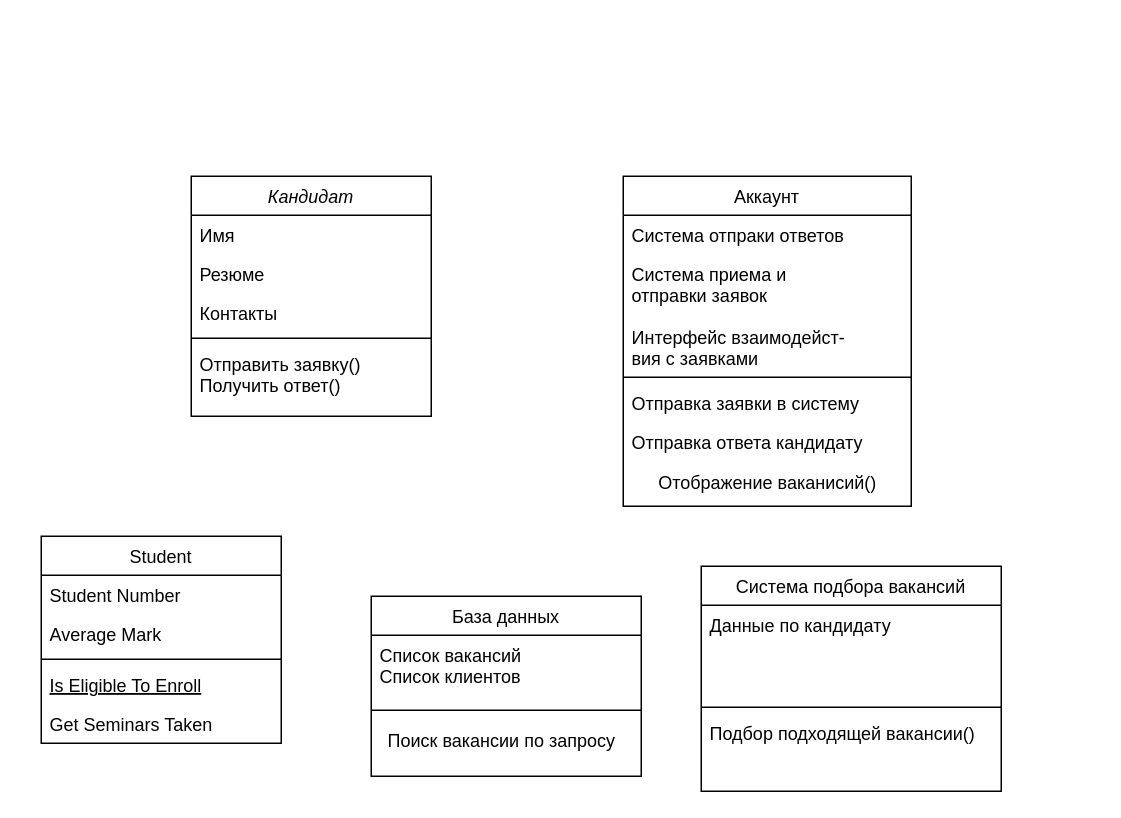
Earlier version of the draw.io diagram классов.drawio (Leewhocan/10_siaod). Source tidied: cells renumbered, new cells numbered last; positions are measured from the earlier drawing's top-left corner, leaving out a move shared by most shapes. Both pictures are drawn from the tidied source at 150%, with x=0, y=0 at pixel (40, 176).
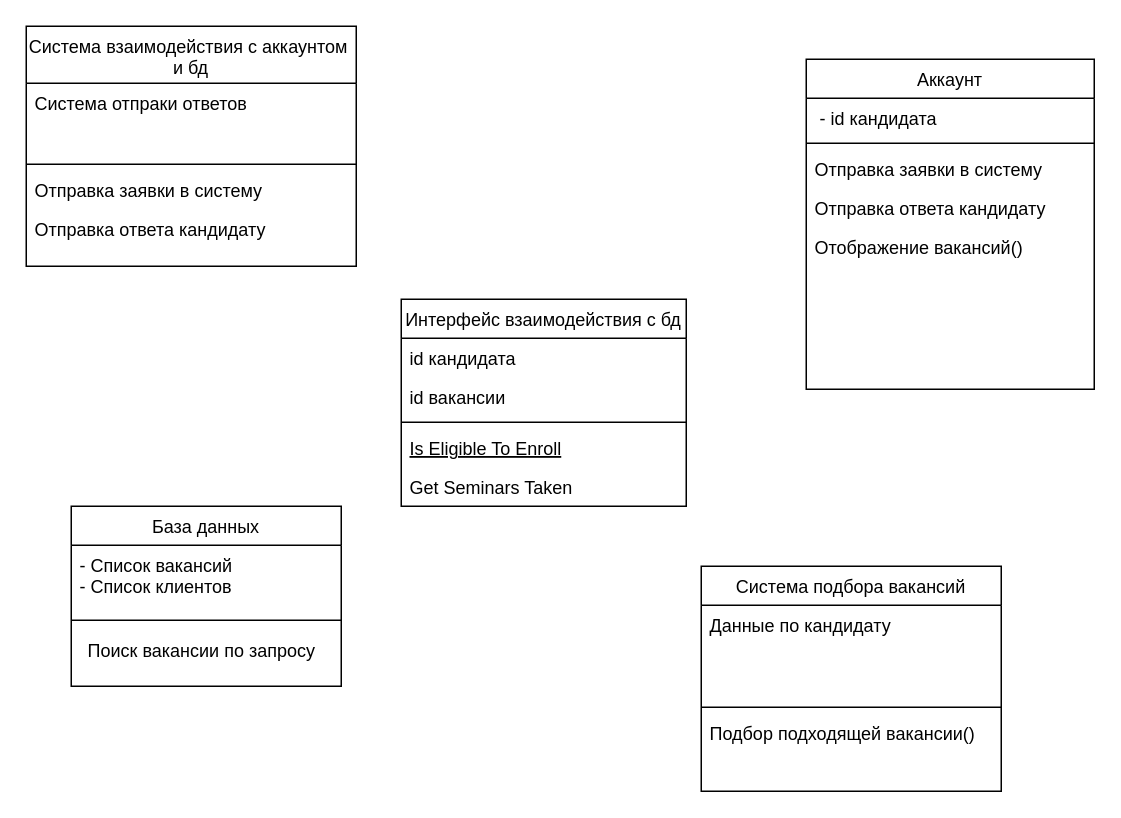
The same page after the edit.

Diff of the diagram source:
```diff
@@
-    <mxCell id="2" value="Кандидат" style="swimlane;fontStyle=2;align=center;verticalAlign=top;horizontal=1;startSize=26;rounded=0;shadow=0;strokeWidth=1;" parent="1" vertex="1">
-      <mxGeometry x="100" width="160" height="160" as="geometry" />
-    </mxCell>
-    <mxCell id="3" value="Имя" style="text;align=left;verticalAlign=top;spacingLeft=4;spacingRight=4;overflow=hidden;" parent="2" vertex="1">
-      <mxGeometry y="26" width="160" height="26" as="geometry" />
-    </mxCell>
-    <mxCell id="4" value="Резюме" style="text;align=left;verticalAlign=top;spacingLeft=4;spacingRight=4;overflow=hidden;rounded=0;shadow=0;html=0;" parent="2" vertex="1">
-      <mxGeometry y="52" width="160" height="26" as="geometry" />
-    </mxCell>
-    <mxCell id="5" value="Контакты" style="text;align=left;verticalAlign=top;spacingLeft=4;spacingRight=4;overflow=hidden;rounded=0;shadow=0;html=0;" parent="2" vertex="1">
-      <mxGeometry y="78" width="160" height="26" as="geometry" />
-    </mxCell>
-    <mxCell id="6" style="line;html=1;strokeWidth=1;align=left;verticalAlign=middle;spacingTop=-1;spacingLeft=3;spacingRight=3;labelPosition=right;" parent="2" vertex="1">
-      <mxGeometry y="104" width="160" height="8" as="geometry" />
-    </mxCell>
-    <mxCell id="7" value="Отправить заявку()&#10;Получить ответ()&#10;" style="text;align=left;verticalAlign=top;spacingLeft=4;spacingRight=4;overflow=hidden;" parent="2" vertex="1">
-      <mxGeometry y="112" width="160" height="48" as="geometry" />
-    </mxCell>
-    <mxCell id="8" value="Student" style="swimlane;fontStyle=0;align=center;verticalAlign=top;horizontal=1;startSize=26;rounded=0;shadow=0;strokeWidth=1;" parent="1" vertex="1">
-      <mxGeometry y="240" width="160" height="138" as="geometry" />
+    <mxCell id="8" value="Интерфейс взаимодействия с бд" style="swimlane;fontStyle=0;align=center;verticalAlign=top;horizontal=1;startSize=26;rounded=0;shadow=0;strokeWidth=1;" parent="1" vertex="1">
+      <mxGeometry x="240" y="82" width="190" height="138" as="geometry" />
     </mxCell>
-    <mxCell id="9" value="Student Number" style="text;align=left;verticalAlign=top;spacingLeft=4;spacingRight=4;overflow=hidden;" parent="8" vertex="1">
-      <mxGeometry y="26" width="160" height="26" as="geometry" />
+    <mxCell id="9" value="id кандидата" style="text;align=left;verticalAlign=top;spacingLeft=4;spacingRight=4;overflow=hidden;" parent="8" vertex="1">
+      <mxGeometry y="26" width="190" height="26" as="geometry" />
     </mxCell>
-    <mxCell id="10" value="Average Mark" style="text;align=left;verticalAlign=top;spacingLeft=4;spacingRight=4;overflow=hidden;rounded=0;shadow=0;html=0;" parent="8" vertex="1">
-      <mxGeometry y="52" width="160" height="26" as="geometry" />
+    <mxCell id="10" value="id вакансии" style="text;align=left;verticalAlign=top;spacingLeft=4;spacingRight=4;overflow=hidden;rounded=0;shadow=0;html=0;" parent="8" vertex="1">
+      <mxGeometry y="52" width="190" height="26" as="geometry" />
     </mxCell>
     <mxCell id="11" style="line;html=1;strokeWidth=1;align=left;verticalAlign=middle;spacingTop=-1;spacingLeft=3;spacingRight=3;labelPosition=right;" parent="8" vertex="1">
-      <mxGeometry y="78" width="160" height="8" as="geometry" />
+      <mxGeometry y="78" width="190" height="8" as="geometry" />
     </mxCell>
     <mxCell id="12" value="Is Eligible To Enroll" style="text;align=left;verticalAlign=top;spacingLeft=4;spacingRight=4;overflow=hidden;fontStyle=4;" parent="8" vertex="1">
-      <mxGeometry y="86" width="160" height="26" as="geometry" />
+      <mxGeometry y="86" width="190" height="26" as="geometry" />
     </mxCell>
     <mxCell id="13" value="Get Seminars Taken" style="text;align=left;verticalAlign=top;spacingLeft=4;spacingRight=4;overflow=hidden;" parent="8" vertex="1">
-      <mxGeometry y="112" width="160" height="26" as="geometry" />
+      <mxGeometry y="112" width="190" height="26" as="geometry" />
     </mxCell>
     <mxCell id="14" value="База данных" style="swimlane;fontStyle=0;align=center;verticalAlign=top;horizontal=1;startSize=26;rounded=0;shadow=0;strokeWidth=1;" parent="1" vertex="1">
-      <mxGeometry x="220" y="280" width="180" height="120" as="geometry" />
+      <mxGeometry x="20" y="220" width="180" height="120" as="geometry" />
     </mxCell>
-    <mxCell id="15" value="Список вакансий&#10;Список клиентов" style="text;align=left;verticalAlign=top;spacingLeft=4;spacingRight=4;overflow=hidden;" parent="14" vertex="1">
+    <mxCell id="15" value="- Список вакансий&#10;- Список клиентов" style="text;align=left;verticalAlign=top;spacingLeft=4;spacingRight=4;overflow=hidden;" parent="14" vertex="1">
       <mxGeometry y="26" width="180" height="44" as="geometry" />
     </mxCell>
@@
     <mxCell id="18" value="Аккаунт" style="swimlane;fontStyle=0;align=center;verticalAlign=top;horizontal=1;startSize=26;rounded=0;shadow=0;strokeWidth=1;" parent="1" vertex="1">
-      <mxGeometry x="388" width="192" height="220" as="geometry" />
+      <mxGeometry x="510" y="-78" width="192" height="220" as="geometry" />
     </mxCell>
-    <mxCell id="19" value="Система отпраки ответов" style="text;align=left;verticalAlign=top;spacingLeft=4;spacingRight=4;overflow=hidden;" parent="18" vertex="1">
+    <mxCell id="19" value=" - id кандидата" style="text;align=left;verticalAlign=top;spacingLeft=4;spacingRight=4;overflow=hidden;" parent="18" vertex="1">
       <mxGeometry y="26" width="192" height="26" as="geometry" />
     </mxCell>
-    <mxCell id="20" value="Система приема и &#10;отправки заявок&#10;&#10;Интерфейс взаимодейст-&#10;вия с заявками" style="text;align=left;verticalAlign=top;spacingLeft=4;spacingRight=4;overflow=hidden;rounded=0;shadow=0;html=0;" parent="18" vertex="1">
-      <mxGeometry y="52" width="192" height="78" as="geometry" />
-    </mxCell>
     <mxCell id="21" style="line;html=1;strokeWidth=1;align=left;verticalAlign=middle;spacingTop=-1;spacingLeft=3;spacingRight=3;labelPosition=right;" parent="18" vertex="1">
-      <mxGeometry y="130" width="192" height="8" as="geometry" />
+      <mxGeometry y="52" width="192" height="8" as="geometry" />
     </mxCell>
     <mxCell id="22" value="Отправка заявки в систему" style="text;align=left;verticalAlign=top;spacingLeft=4;spacingRight=4;overflow=hidden;" parent="18" vertex="1">
-      <mxGeometry y="138" width="192" height="26" as="geometry" />
+      <mxGeometry y="60" width="192" height="26" as="geometry" />
     </mxCell>
     <mxCell id="23" value="Отправка ответа кандидату" style="text;align=left;verticalAlign=top;spacingLeft=4;spacingRight=4;overflow=hidden;" parent="18" vertex="1">
-      <mxGeometry y="164" width="192" height="26" as="geometry" />
+      <mxGeometry y="86" width="192" height="26" as="geometry" />
     </mxCell>
-    <mxCell id="24" value="Отображение ваканисий()" style="text;html=1;align=center;verticalAlign=middle;strokeColor=none;fillColor=none;" parent="18" vertex="1">
-      <mxGeometry y="190" width="192" height="30" as="geometry" />
-    </mxCell>
+    <mxCell id="29" value="Отображение вакансий()" style="text;align=left;verticalAlign=top;spacingLeft=4;spacingRight=4;overflow=hidden;" parent="18" vertex="1">
+      <mxGeometry y="112" width="192" height="26" as="geometry" />
+    </mxCell>
@@
+    <mxCell id="30" value="Система взаимодействия с аккаунтом &#10;и бд" style="swimlane;fontStyle=0;align=center;verticalAlign=top;horizontal=1;startSize=38;rounded=0;shadow=0;strokeWidth=1;" parent="1" vertex="1">
+      <mxGeometry x="-10" y="-100" width="220" height="160" as="geometry" />
+    </mxCell>
+    <mxCell id="31" value="Система отпраки ответов" style="text;align=left;verticalAlign=top;spacingLeft=4;spacingRight=4;overflow=hidden;" parent="30" vertex="1">
+      <mxGeometry y="38" width="220" height="50" as="geometry" />
+    </mxCell>
+    <mxCell id="32" style="line;html=1;strokeWidth=1;align=left;verticalAlign=middle;spacingTop=-1;spacingLeft=3;spacingRight=3;labelPosition=right;" parent="30" vertex="1">
+      <mxGeometry y="88" width="220" height="8" as="geometry" />
+    </mxCell>
+    <mxCell id="33" value="Отправка заявки в систему" style="text;align=left;verticalAlign=top;spacingLeft=4;spacingRight=4;overflow=hidden;" parent="30" vertex="1">
+      <mxGeometry y="96" width="220" height="26" as="geometry" />
+    </mxCell>
+    <mxCell id="34" value="Отправка ответа кандидату" style="text;align=left;verticalAlign=top;spacingLeft=4;spacingRight=4;overflow=hidden;" parent="30" vertex="1">
+      <mxGeometry y="122" width="220" height="26" as="geometry" />
+    </mxCell>
```
